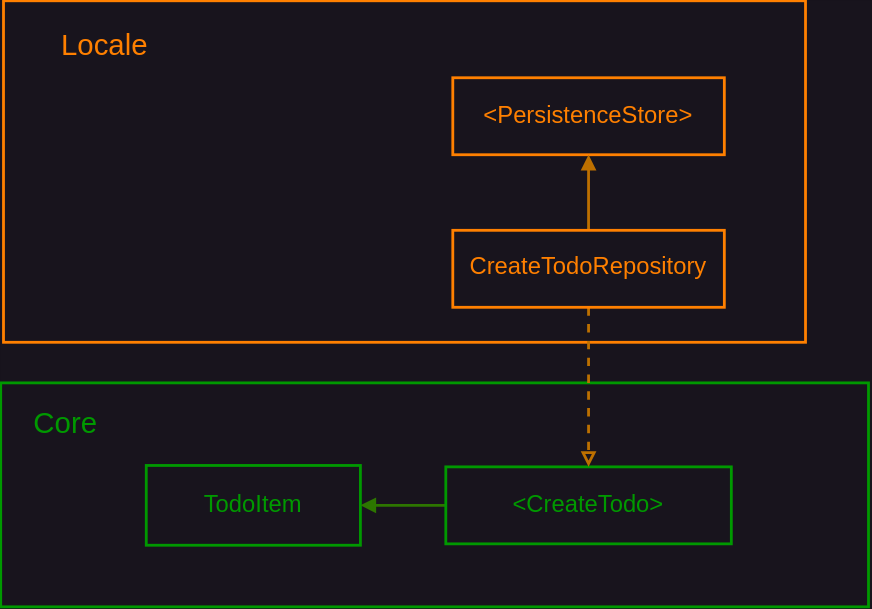
This is architecture.svg from LR-Argentino/TodoCaseStudy, a draw.io export, as it was before one commit. Source tidied: cells renumbered, new cells last; positions are measured from the earlier drawing's top-left corner, leaving out a move shared by most shapes.
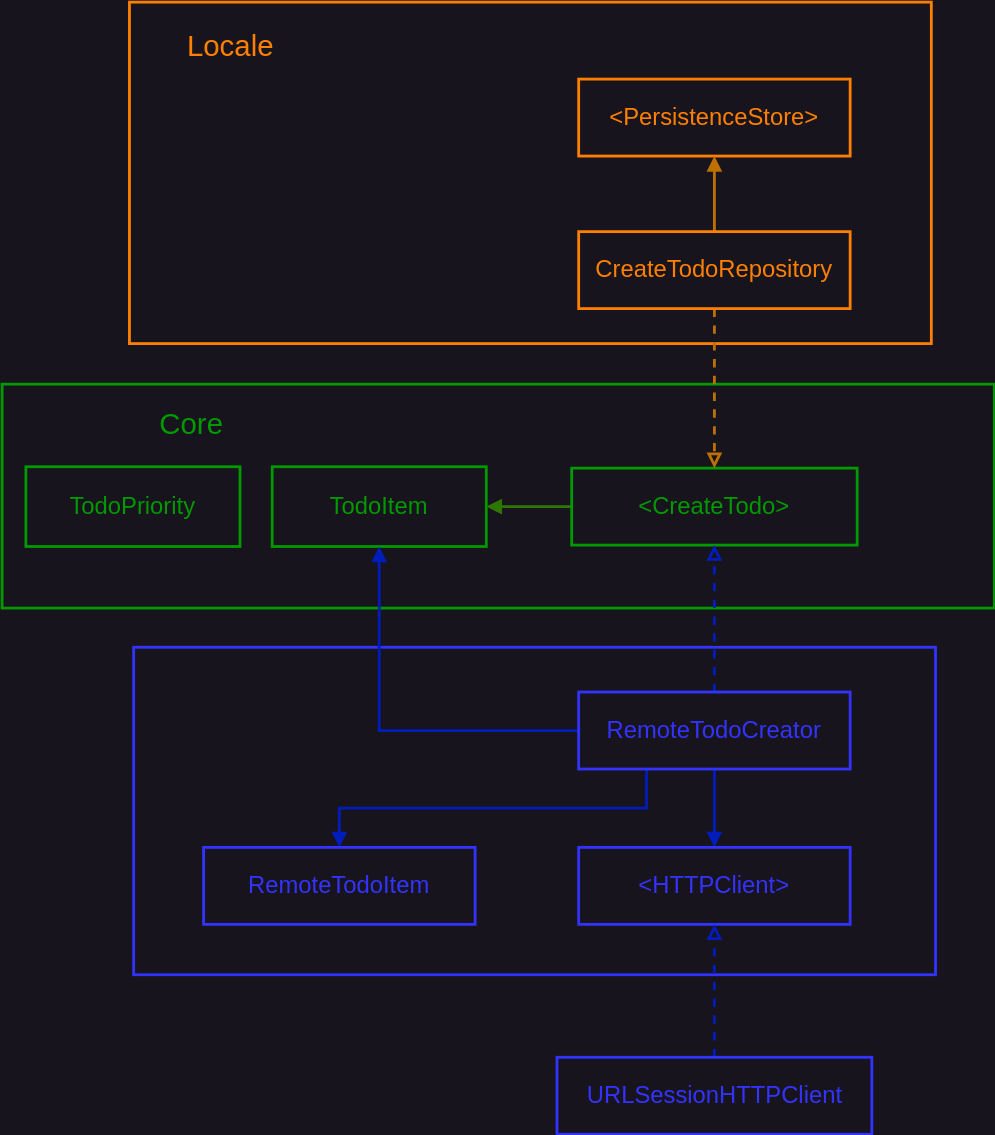
After the commit.

Commit message:
add RemoteTodoItem entity to decouple Core Entity from Encodable conformance, and add factory helper method

Diff of the diagram source:
```diff
@@ -6,7 +6,7 @@
       <mxGeometry x="2" width="573" height="244" as="geometry" />
     </mxCell>
     <mxCell id="3" style="rounded=0;whiteSpace=wrap;html=1;fillColor=none;strokeColor=#009900;strokeWidth=2;" parent="1" vertex="1">
-      <mxGeometry y="273" width="620" height="160" as="geometry" />
+      <mxGeometry x="-89" y="273" width="709" height="160" as="geometry" />
     </mxCell>
     <mxCell id="4" value="&amp;lt;PersistenceStore&amp;gt;" style="rounded=0;whiteSpace=wrap;html=1;strokeWidth=2;strokeColor=#FF8000;fontStyle=0;fontSize=17;fontColor=#FF8000;" parent="1" vertex="1">
       <mxGeometry x="323" y="55" width="194" height="55" as="geometry" />
@@ -35,5 +35,38 @@
     <mxCell id="12" value="Locale" style="text;html=1;align=center;verticalAlign=middle;strokeColor=none;fillColor=none;fontSize=21;fontColor=#FF8000;" parent="1" vertex="1">
       <mxGeometry x="34" y="12" width="80" height="37" as="geometry" />
     </mxCell>
+    <mxCell id="13" style="rounded=0;whiteSpace=wrap;html=1;strokeWidth=2;strokeColor=#3333FF;fontStyle=0;fontSize=17;fontColor=#FF8000;fillColor=none;" parent="1" vertex="1">
+      <mxGeometry x="5" y="461" width="573" height="234" as="geometry" />
+    </mxCell>
+    <mxCell id="14" style="edgeStyle=orthogonalEdgeStyle;rounded=0;jettySize=auto;html=1;fillColor=#0050ef;strokeColor=#001DBC;strokeWidth=2;endArrow=block;endFill=1;" parent="1" edge="1" source="18" target="5">
+      <mxGeometry relative="1" as="geometry" />
+    </mxCell>
+    <mxCell id="15" style="edgeStyle=orthogonalEdgeStyle;rounded=0;jettySize=auto;html=1;strokeWidth=2;endArrow=block;endFill=1;fillColor=#0050ef;strokeColor=#001DBC;" parent="1" edge="1" source="18" target="20">
+      <mxGeometry relative="1" as="geometry" />
+    </mxCell>
+    <mxCell id="16" style="edgeStyle=orthogonalEdgeStyle;rounded=0;jettySize=auto;html=1;strokeWidth=2;fillColor=#0050ef;strokeColor=#001DBC;endArrow=block;endFill=1;exitX=0.25;exitY=1;exitDx=0;exitDy=0;" parent="1" edge="1" source="18" target="23">
+      <mxGeometry relative="1" as="geometry" />
+    </mxCell>
+    <mxCell id="17" style="edgeStyle=orthogonalEdgeStyle;rounded=0;jettySize=auto;html=1;entryX=0.5;entryY=1;entryDx=0;entryDy=0;strokeWidth=2;fillColor=#0050ef;strokeColor=#001DBC;dashed=1;endArrow=block;endFill=0;" parent="1" edge="1" source="18" target="7">
+      <mxGeometry relative="1" as="geometry" />
+    </mxCell>
+    <mxCell id="18" value="RemoteTodoCreator" style="rounded=0;whiteSpace=wrap;html=1;strokeWidth=2;strokeColor=#3333FF;fontStyle=0;fontSize=17;fontColor=#3333FF;" parent="1" vertex="1">
+      <mxGeometry x="323" y="493" width="194" height="55" as="geometry" />
+    </mxCell>
+    <mxCell id="19" value="TodoPriority" style="rounded=0;whiteSpace=wrap;html=1;strokeWidth=2;strokeColor=#009900;fontStyle=0;fontSize=17;fontColor=#009900;" parent="1" vertex="1">
+      <mxGeometry x="-72" y="332" width="153" height="57" as="geometry" />
+    </mxCell>
+    <mxCell id="20" value="&amp;lt;HTTPClient&amp;gt;" style="rounded=0;whiteSpace=wrap;html=1;strokeWidth=2;strokeColor=#3333FF;fontStyle=0;fontSize=17;fontColor=#3333FF;" parent="1" vertex="1">
+      <mxGeometry x="323" y="604" width="194" height="55" as="geometry" />
+    </mxCell>
+    <mxCell id="21" style="edgeStyle=orthogonalEdgeStyle;rounded=0;jettySize=auto;html=1;strokeWidth=2;dashed=1;fillColor=#0050ef;strokeColor=#001DBC;endArrow=block;endFill=0;" parent="1" edge="1" source="22" target="20">
+      <mxGeometry relative="1" as="geometry" />
+    </mxCell>
+    <mxCell id="22" value="URLSessionHTTPClient" style="rounded=0;whiteSpace=wrap;html=1;strokeWidth=2;strokeColor=#3333FF;fontStyle=0;fontSize=17;fontColor=#3333FF;" parent="1" vertex="1">
+      <mxGeometry x="307.5" y="754" width="225" height="55" as="geometry" />
+    </mxCell>
+    <mxCell id="23" value="RemoteTodoItem" style="rounded=0;whiteSpace=wrap;html=1;strokeWidth=2;strokeColor=#3333FF;fontStyle=0;fontSize=17;fontColor=#3333FF;" parent="1" vertex="1">
+      <mxGeometry x="55" y="604" width="194" height="55" as="geometry" />
+    </mxCell>
   </root>
 </mxGraphModel>
```
